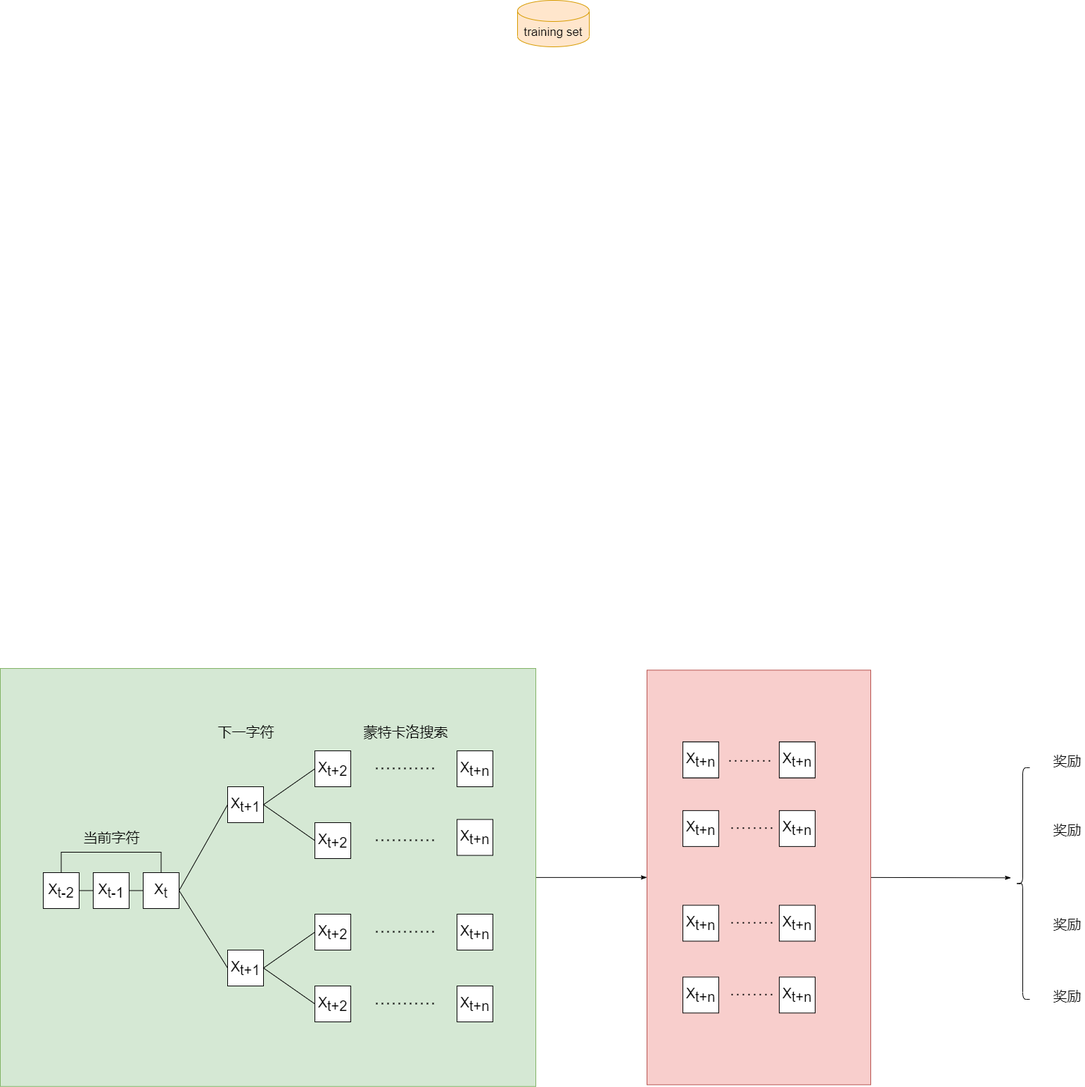
This is seqgan.drawio.png from lakomi/pictures, a draw.io export, as it was before one commit. Source tidied: cells renumbered, new cells last; positions are measured from the earlier drawing's top-left corner, leaving out a move shared by most shapes.
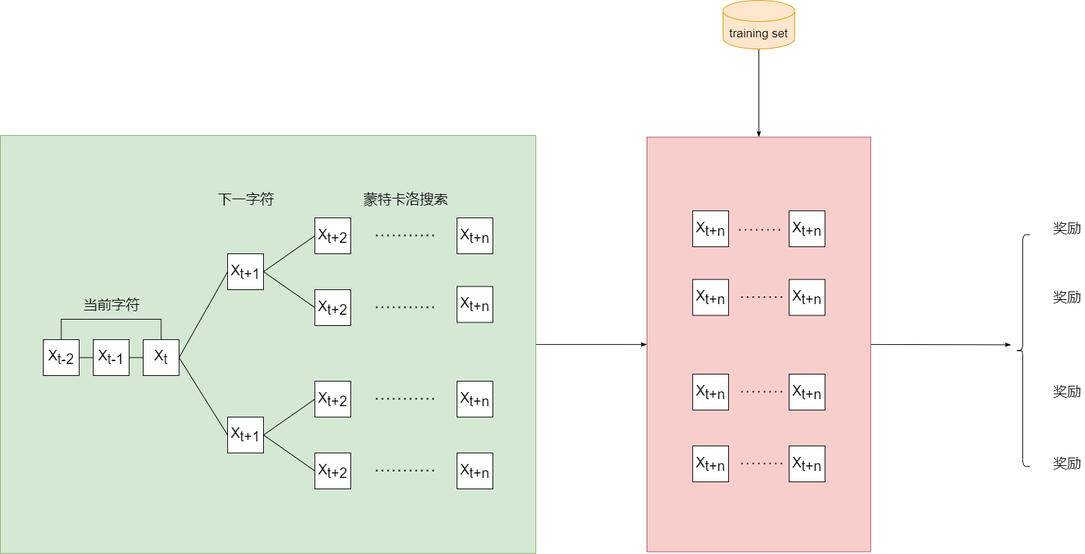
The same diagram one commit later.

Change to the diagram source:
```diff
@@ -16,8 +16,11 @@
     <mxCell id="5" style="rounded=0;whiteSpace=wrap;html=1;fillColor=#d5e8d4;strokeColor=#82b366;fontSize=17;" parent="1" vertex="1">
       <mxGeometry y="949" width="761" height="593.8" as="geometry" />
     </mxCell>
+    <mxCell id="55" style="edgeStyle=none;rounded=0;jettySize=auto;html=1;exitX=0.5;exitY=1;exitDx=0;exitDy=0;exitPerimeter=0;fontSize=20;endArrow=classicThin;endFill=1;" parent="1" edge="1" source="6" target="3">
+      <mxGeometry relative="1" as="geometry" />
+    </mxCell>
     <mxCell id="6" value="training set" style="shape=cylinder3;whiteSpace=wrap;html=1;boundedLbl=1;backgroundOutline=1;size=15;fillColor=#ffe6cc;strokeColor=#d79b00;fontSize=17;" parent="1" vertex="1">
-      <mxGeometry x="735" width="102" height="66" as="geometry" />
+      <mxGeometry x="1027" y="757" width="102" height="69" as="geometry" />
     </mxCell>
     <mxCell id="7" style="edgeStyle=orthogonalEdgeStyle;rounded=0;jettySize=auto;html=1;exitX=1;exitY=0.5;exitDx=0;exitDy=0;entryX=0;entryY=0.5;entryDx=0;entryDy=0;fontSize=20;endArrow=none;endFill=0;" parent="1" edge="1" source="9" target="11">
       <mxGeometry relative="1" as="geometry" />
@@ -148,68 +151,68 @@
       <mxGeometry x="1491" y="1400" width="50" height="28" as="geometry" />
     </mxCell>
     <mxCell id="40" value="X&lt;sub style=&quot;font-size: 20px;&quot;&gt;t+n&lt;/sub&gt;" style="rounded=0;whiteSpace=wrap;html=1;fontSize=20;" parent="1" vertex="1">
-      <mxGeometry x="970" y="1053.4" width="51" height="51" as="geometry" />
+      <mxGeometry x="984" y="1056" width="51" height="51" as="geometry" />
     </mxCell>
     <mxCell id="41" value="X&lt;sub style=&quot;font-size: 20px;&quot;&gt;t+n&lt;/sub&gt;" style="rounded=0;whiteSpace=wrap;html=1;fontSize=20;" parent="1" vertex="1">
-      <mxGeometry x="1107" y="1053.4" width="51" height="51" as="geometry" />
+      <mxGeometry x="1121" y="1056" width="51" height="51" as="geometry" />
     </mxCell>
     <mxCell id="42" value="X&lt;sub style=&quot;font-size: 20px;&quot;&gt;t+n&lt;/sub&gt;" style="rounded=0;whiteSpace=wrap;html=1;fontSize=20;" parent="1" vertex="1">
-      <mxGeometry x="970" y="1150.9" width="51" height="51" as="geometry" />
+      <mxGeometry x="984" y="1153.5" width="51" height="51" as="geometry" />
     </mxCell>
     <mxCell id="43" value="X&lt;sub style=&quot;font-size: 20px;&quot;&gt;t+n&lt;/sub&gt;" style="rounded=0;whiteSpace=wrap;html=1;fontSize=20;" parent="1" vertex="1">
-      <mxGeometry x="1107" y="1150.9" width="51" height="51" as="geometry" />
+      <mxGeometry x="1121" y="1153.5" width="51" height="51" as="geometry" />
     </mxCell>
     <mxCell id="44" value="X&lt;sub style=&quot;font-size: 20px;&quot;&gt;t+n&lt;/sub&gt;" style="rounded=0;whiteSpace=wrap;html=1;fontSize=20;" parent="1" vertex="1">
-      <mxGeometry x="970" y="1285.4" width="51" height="51" as="geometry" />
+      <mxGeometry x="984" y="1288" width="51" height="51" as="geometry" />
     </mxCell>
     <mxCell id="45" value="X&lt;sub style=&quot;font-size: 20px;&quot;&gt;t+n&lt;/sub&gt;" style="rounded=0;whiteSpace=wrap;html=1;fontSize=20;" parent="1" vertex="1">
-      <mxGeometry x="1107" y="1285.4" width="51" height="51" as="geometry" />
+      <mxGeometry x="1121" y="1288" width="51" height="51" as="geometry" />
     </mxCell>
     <mxCell id="46" value="X&lt;sub style=&quot;font-size: 20px;&quot;&gt;t+n&lt;/sub&gt;" style="rounded=0;whiteSpace=wrap;html=1;fontSize=20;" parent="1" vertex="1">
-      <mxGeometry x="970" y="1053.4" width="51" height="51" as="geometry" />
+      <mxGeometry x="984" y="1056" width="51" height="51" as="geometry" />
     </mxCell>
     <mxCell id="47" value="X&lt;sub style=&quot;font-size: 20px;&quot;&gt;t+n&lt;/sub&gt;" style="rounded=0;whiteSpace=wrap;html=1;fontSize=20;" parent="1" vertex="1">
-      <mxGeometry x="1107" y="1053.4" width="51" height="51" as="geometry" />
+      <mxGeometry x="1121" y="1056" width="51" height="51" as="geometry" />
     </mxCell>
     <mxCell id="48" value="X&lt;sub style=&quot;font-size: 20px;&quot;&gt;t+n&lt;/sub&gt;" style="rounded=0;whiteSpace=wrap;html=1;fontSize=20;" parent="1" vertex="1">
-      <mxGeometry x="970" y="1387.4" width="51" height="51" as="geometry" />
+      <mxGeometry x="984" y="1390" width="51" height="51" as="geometry" />
     </mxCell>
     <mxCell id="49" value="X&lt;sub style=&quot;font-size: 20px;&quot;&gt;t+n&lt;/sub&gt;" style="rounded=0;whiteSpace=wrap;html=1;fontSize=20;" parent="1" vertex="1">
-      <mxGeometry x="1107" y="1387.4" width="51" height="51" as="geometry" />
+      <mxGeometry x="1121" y="1390" width="51" height="51" as="geometry" />
     </mxCell>
     <mxCell id="50" style="endArrow=none;dashed=1;html=1;dashPattern=1 3;strokeWidth=2;rounded=0;fontSize=20;" parent="1" edge="1">
       <mxGeometry relative="1" as="geometry">
-        <mxPoint x="1036" y="1080.4" as="sourcePoint" />
-        <mxPoint x="1100" y="1080.4" as="targetPoint" />
+        <mxPoint x="1050" y="1083" as="sourcePoint" />
+        <mxPoint x="1114" y="1083" as="targetPoint" />
         <Array as="points">
-          <mxPoint x="1083" y="1080.4" />
+          <mxPoint x="1097" y="1083" />
         </Array>
       </mxGeometry>
     </mxCell>
     <mxCell id="51" style="endArrow=none;dashed=1;html=1;dashPattern=1 3;strokeWidth=2;rounded=0;fontSize=20;" parent="1" edge="1">
       <mxGeometry relative="1" as="geometry">
-        <mxPoint x="1039" y="1175.8" as="sourcePoint" />
-        <mxPoint x="1103" y="1175.8" as="targetPoint" />
+        <mxPoint x="1053" y="1178.4" as="sourcePoint" />
+        <mxPoint x="1117" y="1178.4" as="targetPoint" />
         <Array as="points">
-          <mxPoint x="1086" y="1175.8" />
+          <mxPoint x="1100" y="1178.4" />
         </Array>
       </mxGeometry>
     </mxCell>
     <mxCell id="52" style="endArrow=none;dashed=1;html=1;dashPattern=1 3;strokeWidth=2;rounded=0;fontSize=20;" parent="1" edge="1">
       <mxGeometry relative="1" as="geometry">
-        <mxPoint x="1039" y="1310.3" as="sourcePoint" />
-        <mxPoint x="1103" y="1310.3" as="targetPoint" />
+        <mxPoint x="1053" y="1312.9" as="sourcePoint" />
+        <mxPoint x="1117" y="1312.9" as="targetPoint" />
         <Array as="points">
-          <mxPoint x="1086" y="1310.3" />
+          <mxPoint x="1100" y="1312.9" />
         </Array>
       </mxGeometry>
     </mxCell>
     <mxCell id="53" style="endArrow=none;dashed=1;html=1;dashPattern=1 3;strokeWidth=2;rounded=0;fontSize=20;" parent="1" edge="1">
       <mxGeometry relative="1" as="geometry">
-        <mxPoint x="1039" y="1412.3" as="sourcePoint" />
-        <mxPoint x="1103" y="1412.3" as="targetPoint" />
+        <mxPoint x="1053" y="1414.9" as="sourcePoint" />
+        <mxPoint x="1117" y="1414.9" as="targetPoint" />
         <Array as="points">
-          <mxPoint x="1086" y="1412.3" />
+          <mxPoint x="1100" y="1414.9" />
         </Array>
       </mxGeometry>
     </mxCell>
```
